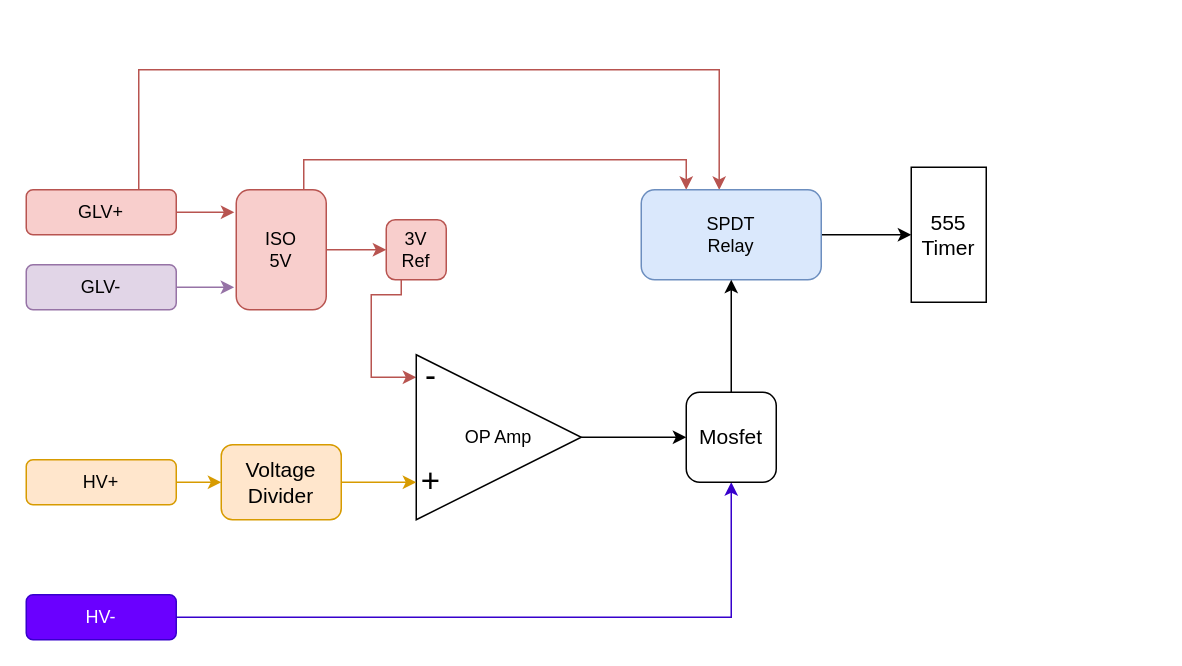
Above: TSAL-Ctrl.drawio in KSU-MS/TSAL-Ctrl (draw.io), before the change. Source tidied: cells renumbered, new cells numbered last; positions are measured from the earlier drawing's top-left corner, leaving out a move shared by most shapes. Both pictures are drawn from the tidied source at 150%, with x=0, y=0 at pixel (26, 69).
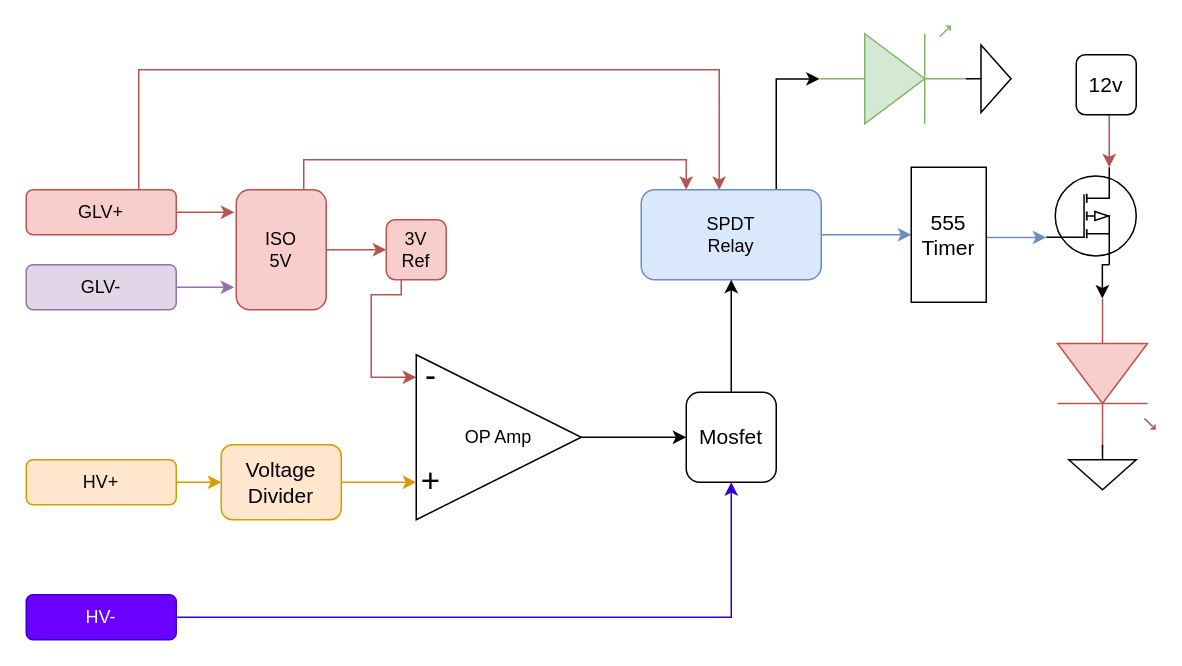
After the change.

The change refers to these unchanged cells:
```xml
<mxCell id="11" value="SPDT&lt;br&gt;Relay" style="rounded=1;whiteSpace=wrap;html=1;fillColor=#dae8fc;strokeColor=#6c8ebf;" parent="1" vertex="1">
  <mxGeometry x="410" y="80" width="120" height="60" as="geometry" />
</mxCell>
<mxCell id="27" value="555&lt;br&gt;Timer" style="rounded=0;whiteSpace=wrap;html=1;fontSize=14;" parent="1" vertex="1">
  <mxGeometry x="590" y="65" width="50" height="90" as="geometry" />
</mxCell>
```

The edit, as a diff of the source:
```diff
@@
-    <mxCell id="10" style="edgeStyle=orthogonalEdgeStyle;rounded=0;jettySize=auto;html=1;exitX=1;exitY=0.5;exitDx=0;exitDy=0;entryX=0;entryY=0.5;entryDx=0;entryDy=0;fontSize=14;" parent="1" edge="1" source="11" target="27">
+    <mxCell id="10" style="edgeStyle=orthogonalEdgeStyle;rounded=0;jettySize=auto;html=1;exitX=1;exitY=0.5;exitDx=0;exitDy=0;entryX=0;entryY=0.5;entryDx=0;entryDy=0;fontSize=14;fillColor=#dae8fc;strokeColor=#6c8ebf;" parent="1" edge="1" source="11" target="27">
       <mxGeometry relative="1" as="geometry" />
     </mxCell>
+    <mxCell id="28" style="edgeStyle=orthogonalEdgeStyle;rounded=0;jettySize=auto;html=1;exitX=0.75;exitY=0;exitDx=0;exitDy=0;entryX=0;entryY=0.54;entryDx=0;entryDy=0;entryPerimeter=0;fontSize=14;" parent="1" edge="1" source="11" target="37">
+      <mxGeometry relative="1" as="geometry" />
+    </mxCell>
@@
+    <mxCell id="29" style="edgeStyle=orthogonalEdgeStyle;rounded=0;jettySize=auto;html=1;entryX=0;entryY=0.72;entryDx=0;entryDy=0;entryPerimeter=0;fontSize=14;fillColor=#dae8fc;strokeColor=#6c8ebf;" parent="1" edge="1" source="27" target="31">
+      <mxGeometry relative="1" as="geometry">
+        <Array as="points">
+          <mxPoint x="660" y="112" />
+        </Array>
+      </mxGeometry>
+    </mxCell>
@@
+    <mxCell id="30" style="edgeStyle=orthogonalEdgeStyle;rounded=0;jettySize=auto;html=1;exitX=0.7;exitY=1;exitDx=0;exitDy=0;exitPerimeter=0;entryX=0;entryY=0.54;entryDx=0;entryDy=0;entryPerimeter=0;fontSize=14;" parent="1" edge="1" source="31" target="34">
+      <mxGeometry relative="1" as="geometry" />
+    </mxCell>
+    <mxCell id="31" style="verticalLabelPosition=bottom;shadow=0;dashed=0;align=center;html=1;verticalAlign=top;shape=mxgraph.electrical.mosfets1.mosfet_ic_p;fontSize=14;" parent="1" vertex="1">
+      <mxGeometry x="680" y="65" width="60" height="65" as="geometry" />
+    </mxCell>
+    <mxCell id="32" style="edgeStyle=orthogonalEdgeStyle;rounded=0;jettySize=auto;html=1;exitX=0.5;exitY=1;exitDx=0;exitDy=0;entryX=0.7;entryY=0;entryDx=0;entryDy=0;entryPerimeter=0;fontSize=14;fillColor=#f8cecc;strokeColor=#b85450;" parent="1" edge="1" source="33" target="31">
+      <mxGeometry relative="1" as="geometry" />
+    </mxCell>
+    <mxCell id="33" value="12v" style="rounded=1;whiteSpace=wrap;html=1;fontSize=14;" parent="1" vertex="1">
+      <mxGeometry x="700" y="-10" width="40" height="40" as="geometry" />
+    </mxCell>
+    <mxCell id="34" style="verticalLabelPosition=bottom;shadow=0;dashed=0;align=center;html=1;verticalAlign=top;shape=mxgraph.electrical.opto_electronics.led_1;fontSize=14;rotation=90;fillColor=#f8cecc;strokeColor=#b85450;" parent="1" vertex="1">
+      <mxGeometry x="670" y="170" width="100" height="65" as="geometry" />
+    </mxCell>
+    <mxCell id="35" style="verticalLabelPosition=bottom;shadow=0;dashed=0;align=center;html=1;verticalAlign=top;shape=mxgraph.electrical.signal_sources.signal_ground;fontSize=14;" parent="1" vertex="1">
+      <mxGeometry x="695" y="250" width="45" height="30" as="geometry" />
+    </mxCell>
+    <mxCell id="36" style="group;rotation=-90;" parent="1" vertex="1">
+      <mxGeometry x="560" y="-60" width="65" height="127.5" as="geometry" />
+    </mxCell>
+    <mxCell id="37" style="verticalLabelPosition=bottom;shadow=0;dashed=0;align=center;html=1;verticalAlign=top;shape=mxgraph.electrical.opto_electronics.led_1;fontSize=14;rotation=0;fillColor=#d5e8d4;strokeColor=#82b366;" parent="36" vertex="1">
+      <mxGeometry x="-31" y="31" width="100" height="65" as="geometry" />
+    </mxCell>
+    <mxCell id="38" style="verticalLabelPosition=bottom;shadow=0;dashed=0;align=center;html=1;verticalAlign=top;shape=mxgraph.electrical.signal_sources.signal_ground;fontSize=14;rotation=-90;" parent="36" vertex="1">
+      <mxGeometry x="59" y="51" width="45" height="30" as="geometry" />
+    </mxCell>
```
